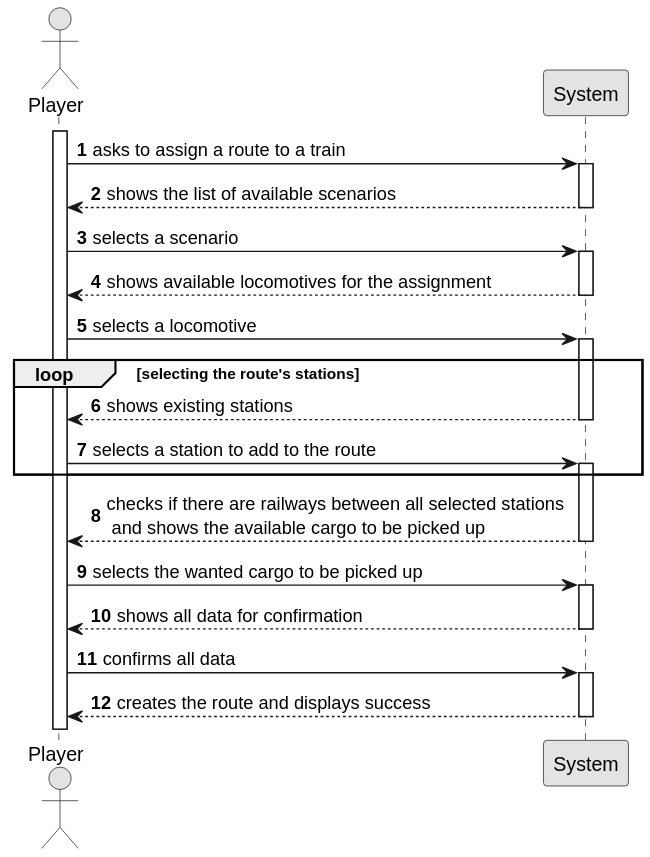
The PlantUML diagram Sprint2/US010/01.requirements-engineering/svg/US010-SSD.svg in 1240935/pi2-railway-simulator, before a commit.
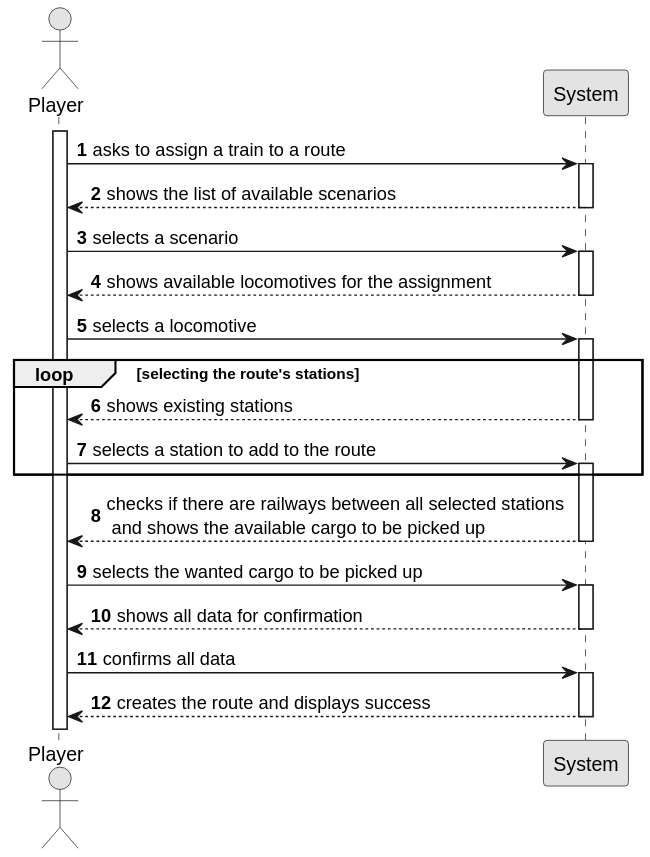
Above is the later version.

The edit, as a diff of the source:
```diff
@@ -10,7 +10,7 @@
 
 activate Employee
 
-    Employee -> System : asks to assign a route to a train
+    Employee -> System : asks to assign a train to a route
     activate System
 
     System --> Employee : shows the list of available scenarios
```
